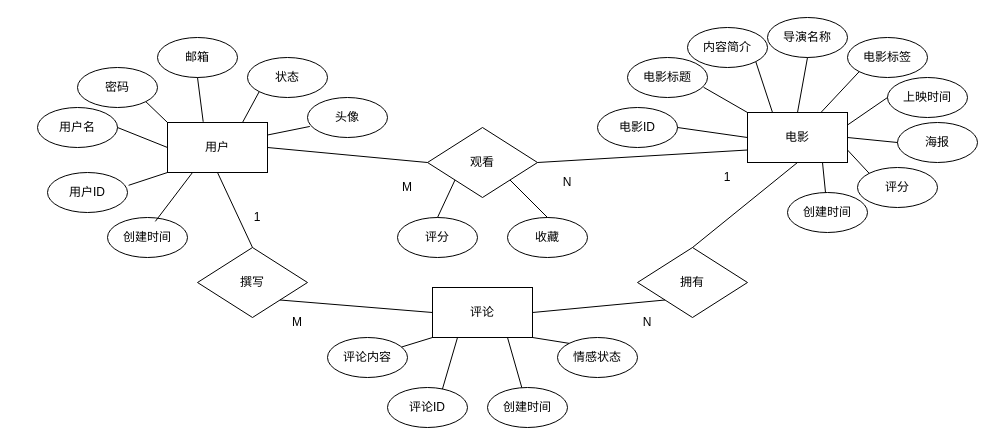
Above: docs/E-R图.drawio in zsh003/bert_movie (draw.io), before the change. Source tidied: cells renumbered, new cells numbered last; positions are measured from the earlier drawing's top-left corner, leaving out a move shared by most shapes. Both pictures are drawn from the tidied source at 100%, with x=0, y=0 at pixel (37, 17).
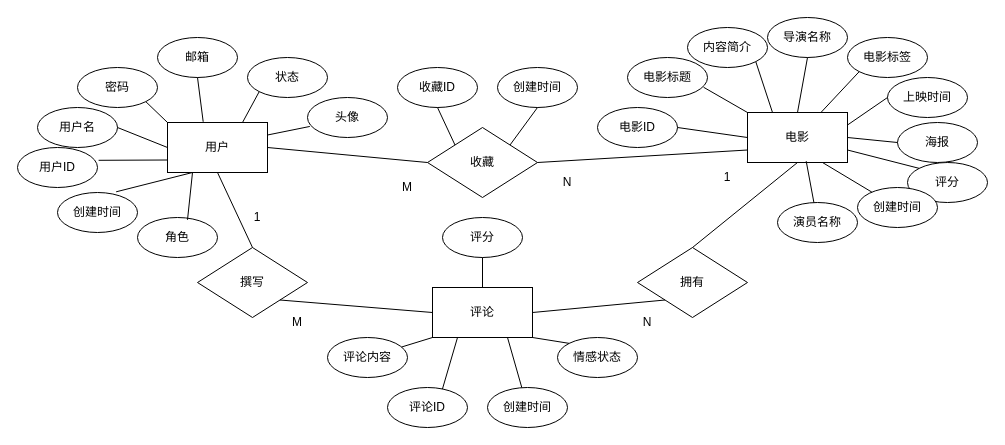
The same diagram, later.

Commit message (it also covers changes not shown here):
docs: 添加E-R图备份文件

新增E-R图备份文件，用于记录当前数据库设计的状态，便于后续参考和恢复。

Unchanged cells that the change refers to:
```xml
<mxCell id="2" value="用户" style="rounded=0;whiteSpace=wrap;html=1;" parent="1" vertex="1">
  <mxGeometry x="130" y="105" width="100" height="50" as="geometry" />
</mxCell>
<mxCell id="3" value="电影" style="rounded=0;whiteSpace=wrap;html=1;" parent="1" vertex="1">
  <mxGeometry x="710" y="95" width="100" height="50" as="geometry" />
</mxCell>
<mxCell id="5" value="评论" style="rounded=0;whiteSpace=wrap;html=1;" parent="1" vertex="1">
  <mxGeometry x="395" y="270" width="100" height="50" as="geometry" />
</mxCell>
```

What changed in the source:
```diff
@@
-    <mxCell id="4" value="观看" style="rhombus;whiteSpace=wrap;html=1;" parent="1" vertex="1">
+    <mxCell id="4" value="收藏" style="rhombus;whiteSpace=wrap;html=1;" parent="1" vertex="1">
       <mxGeometry x="390" y="110" width="110" height="70" as="geometry" />
     </mxCell>
@@
     <mxCell id="18" value="用户ID" style="ellipse;whiteSpace=wrap;html=1;" parent="1" vertex="1">
-      <mxGeometry x="10" y="155" width="80" height="40" as="geometry" />
+      <mxGeometry x="-20" y="130" width="80" height="40" as="geometry" />
     </mxCell>
@@
     <mxCell id="23" value="创建时间" style="ellipse;whiteSpace=wrap;html=1;" parent="1" vertex="1">
-      <mxGeometry x="70" y="200" width="80" height="40" as="geometry" />
+      <mxGeometry x="20" y="175" width="80" height="40" as="geometry" />
     </mxCell>
@@
     <mxCell id="30" value="评分" style="ellipse;whiteSpace=wrap;html=1;" parent="1" vertex="1">
-      <mxGeometry x="820" y="150" width="80" height="40" as="geometry" />
+      <mxGeometry x="870" y="145" width="80" height="40" as="geometry" />
     </mxCell>
@@
     <mxCell id="35" value="创建时间" style="ellipse;whiteSpace=wrap;html=1;" parent="1" vertex="1">
-      <mxGeometry x="750" y="175" width="80" height="40" as="geometry" />
+      <mxGeometry x="820" y="170" width="80" height="40" as="geometry" />
     </mxCell>
     <mxCell id="36" value="评分" style="ellipse;whiteSpace=wrap;html=1;" parent="1" vertex="1">
-      <mxGeometry x="360" y="200" width="80" height="40" as="geometry" />
+      <mxGeometry x="405" y="200" width="80" height="40" as="geometry" />
     </mxCell>
-    <mxCell id="37" value="收藏" style="ellipse;whiteSpace=wrap;html=1;" parent="1" vertex="1">
-      <mxGeometry x="470" y="200" width="80" height="40" as="geometry" />
+    <mxCell id="37" value="收藏ID" style="ellipse;whiteSpace=wrap;html=1;" parent="1" vertex="1">
+      <mxGeometry x="360" y="50" width="80" height="40" as="geometry" />
     </mxCell>
@@
-    <mxCell id="45" style="endArrow=none;html=1;rounded=0;entryX=0;entryY=1;entryDx=0;entryDy=0;exitX=0.5;exitY=0;exitDx=0;exitDy=0;" parent="1" edge="1" source="36" target="4">
-      <mxGeometry relative="1" as="geometry" />
-    </mxCell>
@@
-    <mxCell id="48" style="endArrow=none;html=1;rounded=0;entryX=0;entryY=1;entryDx=0;entryDy=0;exitX=1.014;exitY=0.32;exitDx=0;exitDy=0;exitPerimeter=0;" parent="1" edge="1" source="18" target="2">
+    <mxCell id="48" style="endArrow=none;html=1;rounded=0;entryX=0;entryY=0.75;entryDx=0;entryDy=0;exitX=1.014;exitY=0.32;exitDx=0;exitDy=0;exitPerimeter=0;" parent="1" edge="1" source="18" target="2">
       <mxGeometry relative="1" as="geometry" />
     </mxCell>
-    <mxCell id="49" style="endArrow=none;html=1;rounded=0;entryX=0.25;entryY=1;entryDx=0;entryDy=0;exitX=0.598;exitY=0.097;exitDx=0;exitDy=0;exitPerimeter=0;" parent="1" edge="1" source="23" target="2">
+    <mxCell id="49" style="endArrow=none;html=1;rounded=0;entryX=0.25;entryY=1;entryDx=0;entryDy=0;exitX=0.733;exitY=-0.017;exitDx=0;exitDy=0;exitPerimeter=0;" parent="1" edge="1" source="23" target="2">
       <mxGeometry relative="1" as="geometry" />
     </mxCell>
-    <mxCell id="50" style="endArrow=none;html=1;rounded=0;exitX=0.5;exitY=0;exitDx=0;exitDy=0;entryX=1;entryY=1;entryDx=0;entryDy=0;" parent="1" edge="1" source="37" target="4">
-      <mxGeometry relative="1" as="geometry" />
-    </mxCell>
@@
+    <mxCell id="64" value="创建时间" style="ellipse;whiteSpace=wrap;html=1;" parent="1" vertex="1">
+      <mxGeometry x="460" y="50" width="80" height="40" as="geometry" />
+    </mxCell>
+    <mxCell id="50" style="endArrow=none;html=1;rounded=0;exitX=0.5;exitY=1;exitDx=0;exitDy=0;entryX=0;entryY=0;entryDx=0;entryDy=0;" parent="1" edge="1" source="37" target="4">
+      <mxGeometry relative="1" as="geometry" />
+    </mxCell>
+    <mxCell id="65" style="endArrow=none;html=1;rounded=0;exitX=0.5;exitY=1;exitDx=0;exitDy=0;entryX=1;entryY=0;entryDx=0;entryDy=0;" parent="1" edge="1" source="64" target="4">
+      <mxGeometry relative="1" as="geometry" />
+    </mxCell>
+    <mxCell id="66" style="endArrow=none;html=1;rounded=0;exitX=0.5;exitY=1;exitDx=0;exitDy=0;entryX=0.5;entryY=0;entryDx=0;entryDy=0;" parent="1" edge="1" source="36" target="5">
+      <mxGeometry relative="1" as="geometry" />
+    </mxCell>
+    <mxCell id="67" value="角色" style="ellipse;whiteSpace=wrap;html=1;" parent="1" vertex="1">
+      <mxGeometry x="100" y="200" width="80" height="40" as="geometry" />
+    </mxCell>
+    <mxCell id="68" style="endArrow=none;html=1;rounded=0;entryX=0.25;entryY=1;entryDx=0;entryDy=0;exitX=0.625;exitY=0.058;exitDx=0;exitDy=0;exitPerimeter=0;" parent="1" edge="1" source="67" target="2">
+      <mxGeometry relative="1" as="geometry" />
+    </mxCell>
+    <mxCell id="69" value="演员名称" style="ellipse;whiteSpace=wrap;html=1;" parent="1" vertex="1">
+      <mxGeometry x="740" y="185" width="80" height="40" as="geometry" />
+    </mxCell>
+    <mxCell id="70" style="endArrow=none;html=1;rounded=0;entryX=0.587;entryY=0.973;entryDx=0;entryDy=0;entryPerimeter=0;" parent="1" edge="1" source="69" target="3">
+      <mxGeometry relative="1" as="geometry" />
+    </mxCell>
```
